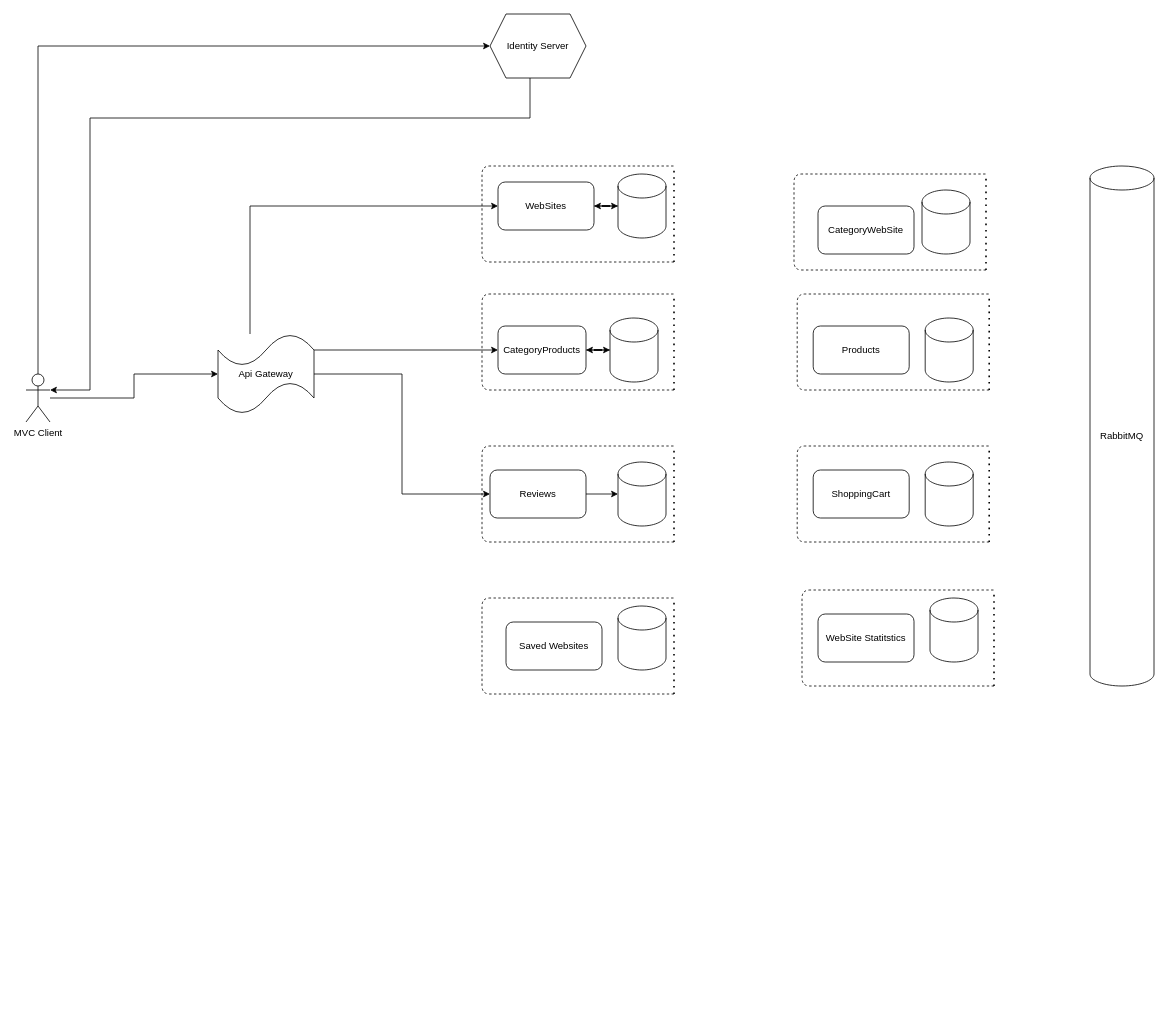
Above: ShoppingWebsitesDiagram.drawio in kevin982/ShoppingWebsites (draw.io), before the change. Source tidied: cells renumbered, new cells numbered last; positions are measured from the earlier drawing's top-left corner, leaving out a move shared by most shapes. Both pictures are drawn from the tidied source at 80%, with x=0, y=0 at pixel (26, 14).
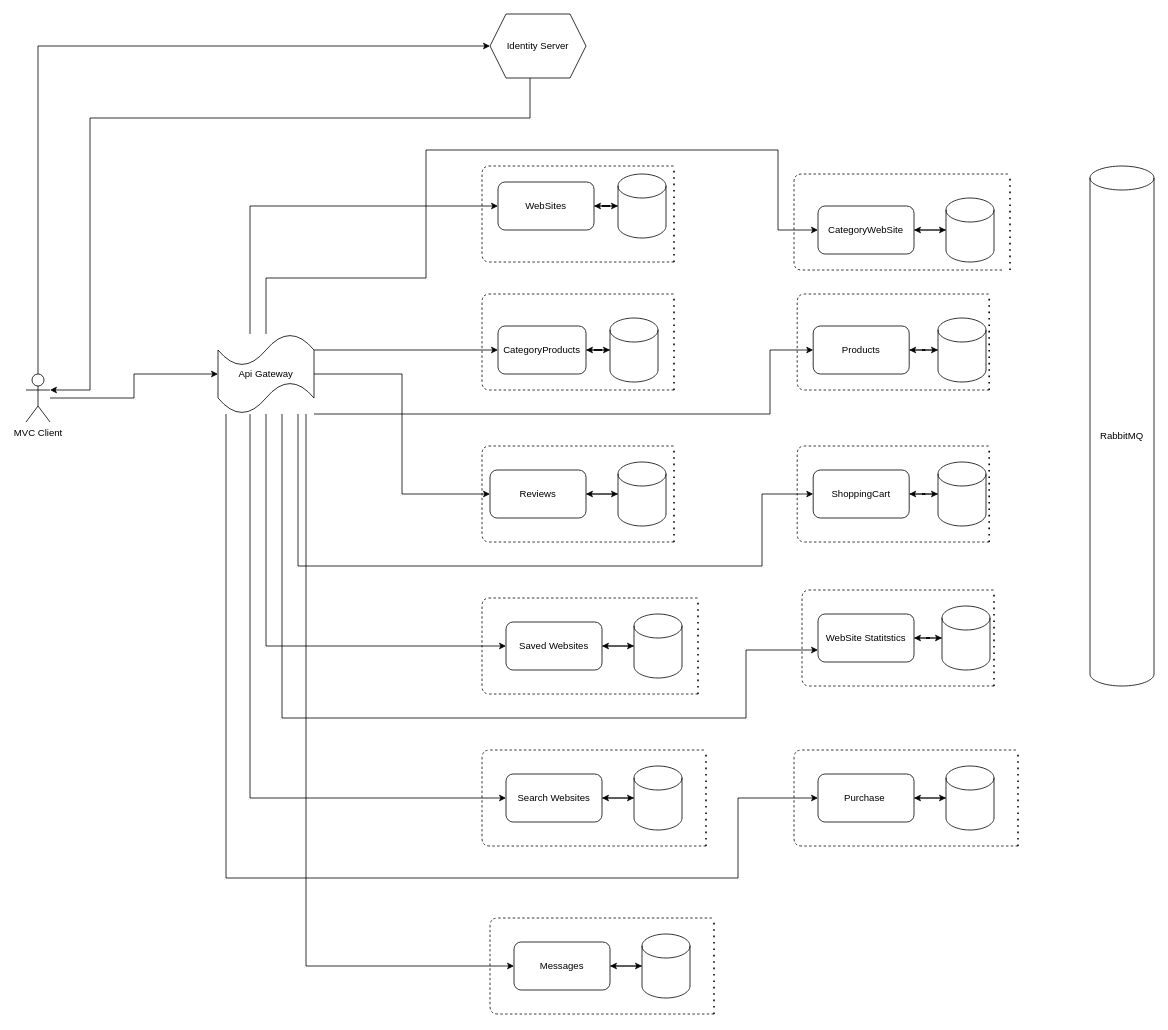
Above is the later version.

Unchanged cells that the change refers to:
```xml
<mxCell id="2" value="CategoryWebSite" style="rounded=1;whiteSpace=wrap;html=1;" parent="1" vertex="1">
  <mxGeometry x="990" y="240" width="120" height="60" as="geometry" />
</mxCell>
<mxCell id="5" value="Products" style="rounded=1;whiteSpace=wrap;html=1;" parent="1" vertex="1">
  <mxGeometry x="984" y="390" width="120" height="60" as="geometry" />
</mxCell>
<mxCell id="9" value="ShoppingCart" style="rounded=1;whiteSpace=wrap;html=1;" parent="1" vertex="1">
  <mxGeometry x="984" y="570" width="120" height="60" as="geometry" />
</mxCell>
<mxCell id="10" value="Saved Websites" style="rounded=1;whiteSpace=wrap;html=1;" parent="1" vertex="1">
  <mxGeometry x="600" y="760" width="120" height="60" as="geometry" />
</mxCell>
<mxCell id="11" value="WebSite Statitstics" style="rounded=1;whiteSpace=wrap;html=1;" parent="1" vertex="1">
  <mxGeometry x="990" y="750" width="120" height="60" as="geometry" />
</mxCell>
<mxCell id="13" value="Reviews" style="rounded=1;whiteSpace=wrap;html=1;" parent="1" vertex="1">
  <mxGeometry x="580" y="570" width="120" height="60" as="geometry" />
</mxCell>
<mxCell id="22" style="shape=cylinder3;whiteSpace=wrap;html=1;boundedLbl=1;backgroundOutline=1;size=15;" parent="1" vertex="1">
  <mxGeometry x="740" y="560" width="60" height="80" as="geometry" />
</mxCell>
<mxCell id="27" value="Api Gateway" style="shape=tape;whiteSpace=wrap;html=1;" parent="1" vertex="1">
  <mxGeometry x="240" y="400" width="120" height="100" as="geometry" />
</mxCell>
```

What changed in the source:
```diff
@@
+    <mxCell id="50" style="edgeStyle=orthogonalEdgeStyle;rounded=0;jettySize=auto;html=1;" parent="1" edge="1" source="2" target="16">
+      <mxGeometry relative="1" as="geometry" />
+    </mxCell>
@@
+    <mxCell id="51" style="edgeStyle=orthogonalEdgeStyle;rounded=0;jettySize=auto;html=1;entryX=0;entryY=0.5;entryDx=0;entryDy=0;entryPerimeter=0;" parent="1" edge="1" source="5" target="17">
+      <mxGeometry relative="1" as="geometry" />
+    </mxCell>
@@
+    <mxCell id="52" style="edgeStyle=orthogonalEdgeStyle;rounded=0;jettySize=auto;html=1;entryX=0;entryY=0.5;entryDx=0;entryDy=0;entryPerimeter=0;" parent="1" edge="1" source="9" target="18">
+      <mxGeometry relative="1" as="geometry" />
+    </mxCell>
@@
+    <mxCell id="53" style="edgeStyle=orthogonalEdgeStyle;rounded=0;jettySize=auto;html=1;" parent="1" edge="1" source="10" target="23">
+      <mxGeometry relative="1" as="geometry" />
+    </mxCell>
@@
+    <mxCell id="54" style="edgeStyle=orthogonalEdgeStyle;rounded=0;jettySize=auto;html=1;entryX=0;entryY=0.5;entryDx=0;entryDy=0;entryPerimeter=0;" parent="1" edge="1" source="11" target="19">
+      <mxGeometry relative="1" as="geometry" />
+    </mxCell>
@@
+    <mxCell id="55" style="edgeStyle=orthogonalEdgeStyle;rounded=0;jettySize=auto;html=1;entryX=1;entryY=0.5;entryDx=0;entryDy=0;" parent="1" edge="1" source="16" target="2">
+      <mxGeometry relative="1" as="geometry" />
+    </mxCell>
     <mxCell id="16" style="shape=cylinder3;whiteSpace=wrap;html=1;boundedLbl=1;backgroundOutline=1;size=15;" parent="1" vertex="1">
-      <mxGeometry x="1120" y="220" width="60" height="80" as="geometry" />
+      <mxGeometry x="1150" y="230" width="60" height="80" as="geometry" />
     </mxCell>
+    <mxCell id="56" style="edgeStyle=orthogonalEdgeStyle;rounded=0;jettySize=auto;html=1;entryX=1;entryY=0.5;entryDx=0;entryDy=0;" parent="1" edge="1" source="17" target="5">
+      <mxGeometry relative="1" as="geometry" />
+    </mxCell>
     <mxCell id="17" style="shape=cylinder3;whiteSpace=wrap;html=1;boundedLbl=1;backgroundOutline=1;size=15;" parent="1" vertex="1">
-      <mxGeometry x="1124" y="380" width="60" height="80" as="geometry" />
+      <mxGeometry x="1140" y="380" width="60" height="80" as="geometry" />
     </mxCell>
+    <mxCell id="57" style="edgeStyle=orthogonalEdgeStyle;rounded=0;jettySize=auto;html=1;entryX=1;entryY=0.5;entryDx=0;entryDy=0;" parent="1" edge="1" source="18" target="9">
+      <mxGeometry relative="1" as="geometry" />
+    </mxCell>
     <mxCell id="18" style="shape=cylinder3;whiteSpace=wrap;html=1;boundedLbl=1;backgroundOutline=1;size=15;" parent="1" vertex="1">
-      <mxGeometry x="1124" y="560" width="60" height="80" as="geometry" />
+      <mxGeometry x="1140" y="560" width="60" height="80" as="geometry" />
     </mxCell>
+    <mxCell id="58" style="edgeStyle=orthogonalEdgeStyle;rounded=0;jettySize=auto;html=1;entryX=1;entryY=0.5;entryDx=0;entryDy=0;" parent="1" edge="1" source="19" target="11">
+      <mxGeometry relative="1" as="geometry" />
+    </mxCell>
     <mxCell id="19" style="shape=cylinder3;whiteSpace=wrap;html=1;boundedLbl=1;backgroundOutline=1;size=15;" parent="1" vertex="1">
-      <mxGeometry x="1130" y="730" width="60" height="80" as="geometry" />
+      <mxGeometry x="1145" y="740" width="60" height="80" as="geometry" />
     </mxCell>
@@
+    <mxCell id="59" style="edgeStyle=orthogonalEdgeStyle;rounded=0;jettySize=auto;html=1;entryX=1;entryY=0.5;entryDx=0;entryDy=0;" parent="1" edge="1" source="22" target="13">
+      <mxGeometry relative="1" as="geometry" />
+    </mxCell>
@@
+    <mxCell id="60" style="edgeStyle=orthogonalEdgeStyle;rounded=0;jettySize=auto;html=1;" parent="1" edge="1" source="23">
+      <mxGeometry relative="1" as="geometry">
+        <mxPoint x="720" y="790" as="targetPoint" />
+      </mxGeometry>
+    </mxCell>
     <mxCell id="23" style="shape=cylinder3;whiteSpace=wrap;html=1;boundedLbl=1;backgroundOutline=1;size=15;" parent="1" vertex="1">
-      <mxGeometry x="740" y="740" width="60" height="80" as="geometry" />
+      <mxGeometry x="760" y="750" width="60" height="80" as="geometry" />
     </mxCell>
@@
+    <mxCell id="61" style="edgeStyle=orthogonalEdgeStyle;rounded=0;jettySize=auto;html=1;" parent="1" edge="1" source="27" target="10">
+      <mxGeometry relative="1" as="geometry">
+        <Array as="points">
+          <mxPoint x="300" y="790" />
+        </Array>
+      </mxGeometry>
+    </mxCell>
+    <mxCell id="62" style="edgeStyle=orthogonalEdgeStyle;rounded=0;jettySize=auto;html=1;entryX=0;entryY=0.5;entryDx=0;entryDy=0;" parent="1" edge="1" source="27" target="70">
+      <mxGeometry relative="1" as="geometry">
+        <Array as="points">
+          <mxPoint x="280" y="980" />
+        </Array>
+      </mxGeometry>
+    </mxCell>
+    <mxCell id="63" style="edgeStyle=orthogonalEdgeStyle;rounded=0;jettySize=auto;html=1;entryX=0;entryY=0.5;entryDx=0;entryDy=0;" parent="1" edge="1" source="27" target="2">
+      <mxGeometry relative="1" as="geometry">
+        <Array as="points">
+          <mxPoint x="300" y="330" />
+          <mxPoint x="500" y="330" />
+          <mxPoint x="500" y="170" />
+          <mxPoint x="940" y="170" />
+          <mxPoint x="940" y="270" />
+        </Array>
+      </mxGeometry>
+    </mxCell>
+    <mxCell id="64" style="edgeStyle=orthogonalEdgeStyle;rounded=0;jettySize=auto;html=1;entryX=0;entryY=0.5;entryDx=0;entryDy=0;" parent="1" edge="1" source="27" target="5">
+      <mxGeometry relative="1" as="geometry">
+        <Array as="points">
+          <mxPoint x="930" y="500" />
+          <mxPoint x="930" y="420" />
+        </Array>
+      </mxGeometry>
+    </mxCell>
+    <mxCell id="65" style="edgeStyle=orthogonalEdgeStyle;rounded=0;jettySize=auto;html=1;entryX=0;entryY=0.5;entryDx=0;entryDy=0;" parent="1" edge="1" source="27" target="9">
+      <mxGeometry relative="1" as="geometry">
+        <Array as="points">
+          <mxPoint x="340" y="690" />
+          <mxPoint x="920" y="690" />
+          <mxPoint x="920" y="600" />
+        </Array>
+      </mxGeometry>
+    </mxCell>
+    <mxCell id="66" style="edgeStyle=orthogonalEdgeStyle;rounded=0;jettySize=auto;html=1;entryX=0;entryY=0.75;entryDx=0;entryDy=0;" parent="1" edge="1" source="27" target="11">
+      <mxGeometry relative="1" as="geometry">
+        <Array as="points">
+          <mxPoint x="320" y="880" />
+          <mxPoint x="900" y="880" />
+          <mxPoint x="900" y="795" />
+        </Array>
+      </mxGeometry>
+    </mxCell>
+    <mxCell id="67" style="edgeStyle=orthogonalEdgeStyle;rounded=0;jettySize=auto;html=1;entryX=0;entryY=0.5;entryDx=0;entryDy=0;" parent="1" edge="1" source="27" target="76">
+      <mxGeometry relative="1" as="geometry">
+        <Array as="points">
+          <mxPoint x="250" y="1080" />
+          <mxPoint x="890" y="1080" />
+          <mxPoint x="890" y="980" />
+        </Array>
+      </mxGeometry>
+    </mxCell>
+    <mxCell id="68" style="edgeStyle=orthogonalEdgeStyle;rounded=0;jettySize=auto;html=1;entryX=0;entryY=0.5;entryDx=0;entryDy=0;" parent="1" edge="1" source="27" target="82">
+      <mxGeometry relative="1" as="geometry">
+        <Array as="points">
+          <mxPoint x="350" y="1190" />
+        </Array>
+      </mxGeometry>
+    </mxCell>
@@
     <mxCell id="35" style="endArrow=none;dashed=1;html=1;dashPattern=1 3;strokeWidth=2;" parent="1" edge="1">
       <mxGeometry relative="1" as="geometry">
-        <mxPoint x="1200" y="320" as="sourcePoint" />
-        <mxPoint x="1200" y="200" as="targetPoint" />
+        <mxPoint x="1230" y="320" as="sourcePoint" />
+        <mxPoint x="1230" y="200" as="targetPoint" />
       </mxGeometry>
     </mxCell>
@@
     <mxCell id="41" style="endArrow=none;dashed=1;html=1;dashPattern=1 3;strokeWidth=2;" parent="1" edge="1">
       <mxGeometry relative="1" as="geometry">
-        <mxPoint x="810" y="850" as="sourcePoint" />
-        <mxPoint x="810" y="730" as="targetPoint" />
+        <mxPoint x="840" y="850" as="sourcePoint" />
+        <mxPoint x="840" y="730" as="targetPoint" />
       </mxGeometry>
     </mxCell>
@@
     <mxCell id="43" style="endArrow=none;dashed=1;html=1;" parent="1" edge="1">
       <mxGeometry relative="1" as="geometry">
-        <mxPoint x="1200" y="320" as="sourcePoint" />
-        <mxPoint x="1200" y="200" as="targetPoint" />
+        <mxPoint x="1220" y="320" as="sourcePoint" />
+        <mxPoint x="1230" y="200" as="targetPoint" />
         <Array as="points">
           <mxPoint x="960" y="320" />
           <mxPoint x="960" y="200" />
           <mxPoint x="1100" y="200" />
         </Array>
       </mxGeometry>
     </mxCell>
@@
     <mxCell id="46" style="endArrow=none;dashed=1;html=1;" parent="1" edge="1">
       <mxGeometry relative="1" as="geometry">
-        <mxPoint x="810" y="850" as="sourcePoint" />
-        <mxPoint x="810" y="730" as="targetPoint" />
+        <mxPoint x="840" y="850" as="sourcePoint" />
+        <mxPoint x="840" y="730" as="targetPoint" />
         <Array as="points">
           <mxPoint x="570" y="850" />
           <mxPoint x="570" y="730" />
           <mxPoint x="710" y="730" />
         </Array>
       </mxGeometry>
     </mxCell>
@@
+    <mxCell id="69" style="edgeStyle=orthogonalEdgeStyle;rounded=0;jettySize=auto;html=1;entryX=0;entryY=0.5;entryDx=0;entryDy=0;entryPerimeter=0;" parent="1" edge="1" source="70" target="72">
+      <mxGeometry relative="1" as="geometry" />
+    </mxCell>
+    <mxCell id="70" value="Search Websites" style="rounded=1;whiteSpace=wrap;html=1;" parent="1" vertex="1">
+      <mxGeometry x="600" y="950" width="120" height="60" as="geometry" />
+    </mxCell>
+    <mxCell id="71" style="edgeStyle=orthogonalEdgeStyle;rounded=0;jettySize=auto;html=1;" parent="1" edge="1" source="72">
+      <mxGeometry relative="1" as="geometry">
+        <mxPoint x="720" y="980" as="targetPoint" />
+      </mxGeometry>
+    </mxCell>
+    <mxCell id="72" style="shape=cylinder3;whiteSpace=wrap;html=1;boundedLbl=1;backgroundOutline=1;size=15;" parent="1" vertex="1">
+      <mxGeometry x="760" y="940" width="60" height="80" as="geometry" />
+    </mxCell>
+    <mxCell id="73" style="endArrow=none;dashed=1;html=1;dashPattern=1 3;strokeWidth=2;" parent="1" edge="1">
+      <mxGeometry relative="1" as="geometry">
+        <mxPoint x="850" y="1040" as="sourcePoint" />
+        <mxPoint x="850" y="920" as="targetPoint" />
+      </mxGeometry>
+    </mxCell>
+    <mxCell id="74" style="endArrow=none;dashed=1;html=1;" parent="1" edge="1">
+      <mxGeometry relative="1" as="geometry">
+        <mxPoint x="850" y="1040" as="sourcePoint" />
+        <mxPoint x="850" y="920" as="targetPoint" />
+        <Array as="points">
+          <mxPoint x="570" y="1040" />
+          <mxPoint x="570" y="920" />
+          <mxPoint x="710" y="920" />
+        </Array>
+      </mxGeometry>
+    </mxCell>
+    <mxCell id="75" style="edgeStyle=orthogonalEdgeStyle;rounded=0;jettySize=auto;html=1;entryX=0;entryY=0.5;entryDx=0;entryDy=0;entryPerimeter=0;" parent="1" edge="1" source="76" target="78">
+      <mxGeometry relative="1" as="geometry" />
+    </mxCell>
+    <mxCell id="76" value="Purchase&amp;nbsp;" style="rounded=1;whiteSpace=wrap;html=1;" parent="1" vertex="1">
+      <mxGeometry x="990" y="950" width="120" height="60" as="geometry" />
+    </mxCell>
+    <mxCell id="77" style="edgeStyle=orthogonalEdgeStyle;rounded=0;jettySize=auto;html=1;" parent="1" edge="1" source="78">
+      <mxGeometry relative="1" as="geometry">
+        <mxPoint x="1110" y="980" as="targetPoint" />
+      </mxGeometry>
+    </mxCell>
+    <mxCell id="78" style="shape=cylinder3;whiteSpace=wrap;html=1;boundedLbl=1;backgroundOutline=1;size=15;" parent="1" vertex="1">
+      <mxGeometry x="1150" y="940" width="60" height="80" as="geometry" />
+    </mxCell>
+    <mxCell id="79" style="endArrow=none;dashed=1;html=1;dashPattern=1 3;strokeWidth=2;" parent="1" edge="1">
+      <mxGeometry relative="1" as="geometry">
+        <mxPoint x="1240" y="1040" as="sourcePoint" />
+        <mxPoint x="1240" y="920" as="targetPoint" />
+      </mxGeometry>
+    </mxCell>
+    <mxCell id="80" style="endArrow=none;dashed=1;html=1;" parent="1" edge="1">
+      <mxGeometry relative="1" as="geometry">
+        <mxPoint x="1240" y="1040" as="sourcePoint" />
+        <mxPoint x="1240" y="920" as="targetPoint" />
+        <Array as="points">
+          <mxPoint x="960" y="1040" />
+          <mxPoint x="960" y="920" />
+          <mxPoint x="1100" y="920" />
+        </Array>
+      </mxGeometry>
+    </mxCell>
+    <mxCell id="81" style="edgeStyle=orthogonalEdgeStyle;rounded=0;jettySize=auto;html=1;entryX=0;entryY=0.5;entryDx=0;entryDy=0;entryPerimeter=0;" parent="1" edge="1" source="82" target="84">
+      <mxGeometry relative="1" as="geometry" />
+    </mxCell>
+    <mxCell id="82" value="Messages" style="rounded=1;whiteSpace=wrap;html=1;" parent="1" vertex="1">
+      <mxGeometry x="610" y="1160" width="120" height="60" as="geometry" />
+    </mxCell>
+    <mxCell id="83" style="edgeStyle=orthogonalEdgeStyle;rounded=0;jettySize=auto;html=1;" parent="1" edge="1" source="84">
+      <mxGeometry relative="1" as="geometry">
+        <mxPoint x="730" y="1190" as="targetPoint" />
+      </mxGeometry>
+    </mxCell>
+    <mxCell id="84" style="shape=cylinder3;whiteSpace=wrap;html=1;boundedLbl=1;backgroundOutline=1;size=15;" parent="1" vertex="1">
+      <mxGeometry x="770" y="1150" width="60" height="80" as="geometry" />
+    </mxCell>
+    <mxCell id="85" style="endArrow=none;dashed=1;html=1;dashPattern=1 3;strokeWidth=2;" parent="1" edge="1">
+      <mxGeometry relative="1" as="geometry">
+        <mxPoint x="860" y="1250" as="sourcePoint" />
+        <mxPoint x="860" y="1130" as="targetPoint" />
+      </mxGeometry>
+    </mxCell>
+    <mxCell id="86" style="endArrow=none;dashed=1;html=1;" parent="1" edge="1">
+      <mxGeometry relative="1" as="geometry">
+        <mxPoint x="860" y="1250" as="sourcePoint" />
+        <mxPoint x="860" y="1130" as="targetPoint" />
+        <Array as="points">
+          <mxPoint x="580" y="1250" />
+          <mxPoint x="580" y="1130" />
+          <mxPoint x="720" y="1130" />
+        </Array>
+      </mxGeometry>
+    </mxCell>
```
